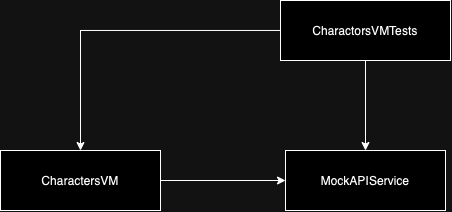
Before: MarvelSampleTests/Tests/Character/CharactersVMTests.drawio.png, a diagram exported from draw.io (hiren9697/MavelSample). Source tidied: cells renumbered, new cells last; positions are measured from the earlier drawing's top-left corner, leaving out a move shared by most shapes.
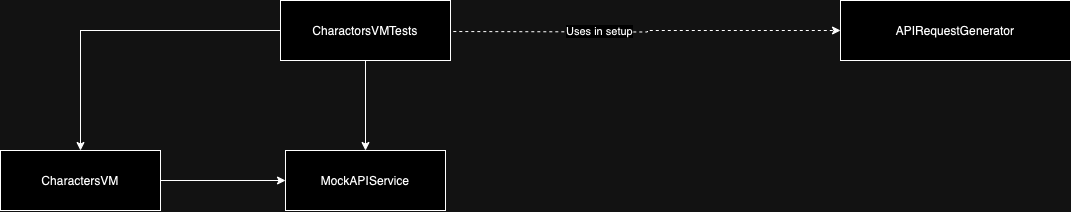
After the change.

What changed in the source:
```diff
@@ -2,6 +2,17 @@
   <root>
     <mxCell id="0" />
     <mxCell id="1" parent="0" />
+    <mxCell id="8" style="edgeStyle=orthogonalEdgeStyle;rounded=0;jettySize=auto;html=1;entryX=0;entryY=0.5;entryDx=0;entryDy=0;dashed=1;exitX=1.02;exitY=0.184;exitDx=0;exitDy=0;exitPerimeter=0;" parent="1" edge="1" target="10">
+      <mxGeometry relative="1" as="geometry">
+        <mxPoint x="452.8" y="31" as="sourcePoint" />
+      </mxGeometry>
+    </mxCell>
+    <mxCell id="9" value="Uses in setup" style="edgeLabel;html=1;align=center;verticalAlign=middle;" parent="8" vertex="1">
+      <mxGeometry x="-0.25" y="1" relative="1" as="geometry" />
+    </mxCell>
+    <mxCell id="10" value="APIRequestGenerator" style="rounded=0;whiteSpace=wrap;html=1;" parent="1" vertex="1">
+      <mxGeometry x="840" width="230" height="60" as="geometry" />
+    </mxCell>
     <mxCell id="2" style="edgeStyle=orthogonalEdgeStyle;rounded=0;jettySize=auto;html=1;entryX=0.5;entryY=0;entryDx=0;entryDy=0;" parent="1" edge="1" source="4" target="6">
       <mxGeometry relative="1" as="geometry" />
     </mxCell>
```
